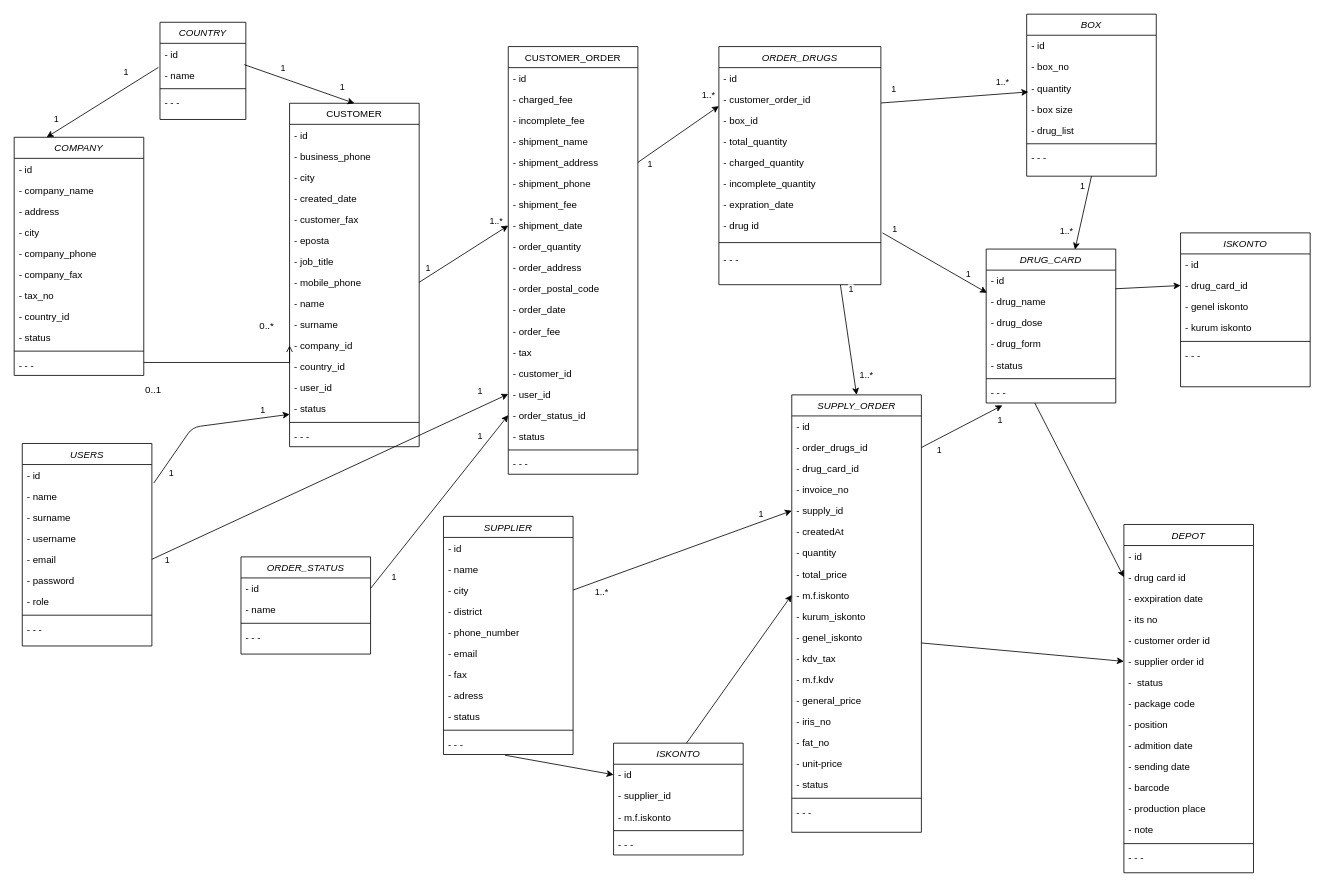
The draw.io diagram Untitled Diagram.drawio in viacelal/diagram, before the edit. Source tidied: cells renumbered, new cells numbered last; positions are measured from the earlier drawing's top-left corner, leaving out a move shared by most shapes. Both pictures are drawn from the tidied source at 81%, with x=0, y=0 at pixel (14, 14).
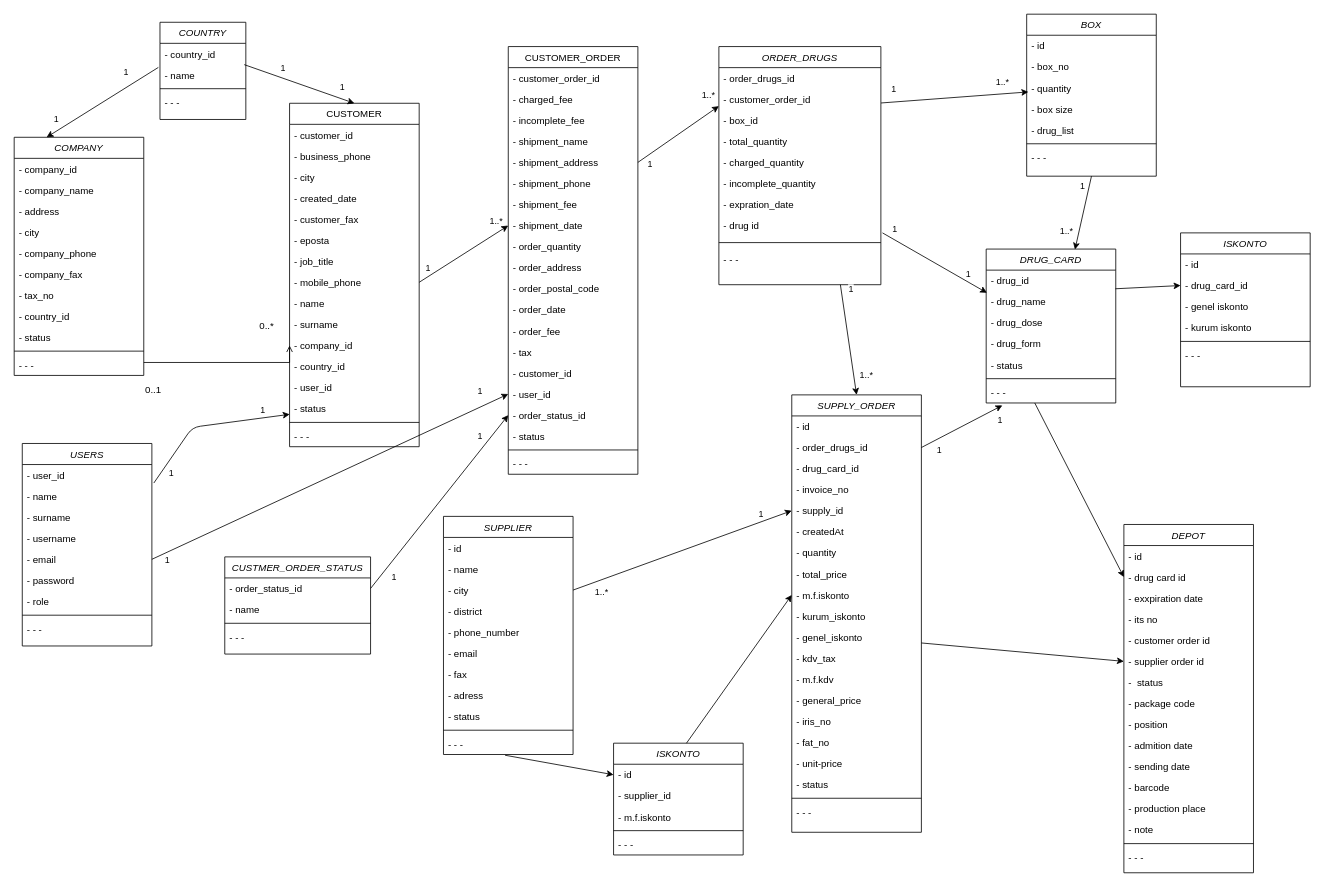
The same page after the edit.

The change refers to these unchanged cells:
```xml
<mxCell id="2" value="COMPANY&#10;" style="swimlane;fontStyle=2;align=center;verticalAlign=top;horizontal=1;startSize=26;rounded=0;shadow=0;strokeWidth=1;" parent="1" vertex="1">
  <mxGeometry y="152" width="160" height="294" as="geometry" />
</mxCell>
<mxCell id="14" value="CUSTOMER&#10;" style="swimlane;fontStyle=0;align=center;verticalAlign=top;horizontal=1;startSize=26;rounded=0;shadow=0;strokeWidth=1;" parent="1" vertex="1">
  <mxGeometry x="340" y="110" width="160" height="424" as="geometry" />
</mxCell>
<mxCell id="34" value="CUSTOMER_ORDER" style="swimlane;fontStyle=0;align=center;verticalAlign=top;horizontal=1;startSize=26;rounded=0;shadow=0;strokeWidth=1;" parent="1" vertex="1">
  <mxGeometry x="610" y="40" width="160" height="528" as="geometry" />
</mxCell>
<mxCell id="58" value="ORDER_DRUGS" style="swimlane;fontStyle=2;align=center;verticalAlign=top;horizontal=1;startSize=26;rounded=0;shadow=0;strokeWidth=1;" parent="1" vertex="1">
  <mxGeometry x="870" y="40" width="200" height="294" as="geometry" />
</mxCell>
<mxCell id="72" value="USERS" style="swimlane;fontStyle=2;align=center;verticalAlign=top;horizontal=1;startSize=26;rounded=0;shadow=0;strokeWidth=1;" parent="1" vertex="1">
  <mxGeometry x="10" y="530" width="160" height="250" as="geometry" />
</mxCell>
<mxCell id="146" value="DRUG_CARD" style="swimlane;fontStyle=2;align=center;verticalAlign=top;horizontal=1;startSize=26;rounded=0;shadow=0;strokeWidth=1;" parent="1" vertex="1">
  <mxGeometry x="1200" y="290" width="160" height="190" as="geometry" />
</mxCell>
<mxCell id="163" value="COUNTRY" style="swimlane;fontStyle=2;align=center;verticalAlign=top;horizontal=1;startSize=26;rounded=0;shadow=0;strokeWidth=1;" parent="1" vertex="1">
  <mxGeometry x="180" y="10" width="106" height="120" as="geometry" />
</mxCell>
```

Diff of the diagram source:
```diff
@@
-    <mxCell id="3" value="- id" style="text;align=left;verticalAlign=top;spacingLeft=4;spacingRight=4;overflow=hidden;" parent="2" vertex="1">
+    <mxCell id="3" value="- company_id" style="text;align=left;verticalAlign=top;spacingLeft=4;spacingRight=4;overflow=hidden;" parent="2" vertex="1">
       <mxGeometry y="26" width="160" height="26" as="geometry" />
     </mxCell>
@@
-    <mxCell id="15" value="- id" style="text;align=left;verticalAlign=top;spacingLeft=4;spacingRight=4;overflow=hidden;" parent="14" vertex="1">
+    <mxCell id="15" value="- customer_id" style="text;align=left;verticalAlign=top;spacingLeft=4;spacingRight=4;overflow=hidden;" parent="14" vertex="1">
       <mxGeometry y="26" width="160" height="26" as="geometry" />
     </mxCell>
@@
-    <mxCell id="35" value="- id" style="text;align=left;verticalAlign=top;spacingLeft=4;spacingRight=4;overflow=hidden;" parent="34" vertex="1">
+    <mxCell id="35" value="- customer_order_id" style="text;align=left;verticalAlign=top;spacingLeft=4;spacingRight=4;overflow=hidden;" parent="34" vertex="1">
       <mxGeometry y="26" width="160" height="26" as="geometry" />
     </mxCell>
@@
-    <mxCell id="59" value="- id" style="text;align=left;verticalAlign=top;spacingLeft=4;spacingRight=4;overflow=hidden;" parent="58" vertex="1">
+    <mxCell id="59" value="- order_drugs_id" style="text;align=left;verticalAlign=top;spacingLeft=4;spacingRight=4;overflow=hidden;" parent="58" vertex="1">
       <mxGeometry y="26" width="200" height="26" as="geometry" />
     </mxCell>
@@
-    <mxCell id="73" value="- id" style="text;align=left;verticalAlign=top;spacingLeft=4;spacingRight=4;overflow=hidden;" parent="72" vertex="1">
+    <mxCell id="73" value="- user_id" style="text;align=left;verticalAlign=top;spacingLeft=4;spacingRight=4;overflow=hidden;" parent="72" vertex="1">
       <mxGeometry y="26" width="160" height="26" as="geometry" />
     </mxCell>
@@
-    <mxCell id="138" value="ORDER_STATUS" style="swimlane;fontStyle=2;align=center;verticalAlign=top;horizontal=1;startSize=26;rounded=0;shadow=0;strokeWidth=1;" parent="1" vertex="1">
-      <mxGeometry x="280" y="670" width="160" height="120" as="geometry" />
+    <mxCell id="138" value="CUSTMER_ORDER_STATUS" style="swimlane;fontStyle=2;align=center;verticalAlign=top;horizontal=1;startSize=26;rounded=0;shadow=0;strokeWidth=1;" parent="1" vertex="1">
+      <mxGeometry x="260" y="670" width="180" height="120" as="geometry" />
     </mxCell>
-    <mxCell id="139" value="- id" style="text;align=left;verticalAlign=top;spacingLeft=4;spacingRight=4;overflow=hidden;points=[[0,0.5],[1,0.5]];portConstraint=eastwest;" parent="138" vertex="1">
-      <mxGeometry y="26" width="160" height="26" as="geometry" />
+    <mxCell id="139" value="- order_status_id" style="text;align=left;verticalAlign=top;spacingLeft=4;spacingRight=4;overflow=hidden;points=[[0,0.5],[1,0.5]];portConstraint=eastwest;" parent="138" vertex="1">
+      <mxGeometry y="26" width="180" height="26" as="geometry" />
     </mxCell>
     <mxCell id="140" value="- name" style="text;align=left;verticalAlign=top;spacingLeft=4;spacingRight=4;overflow=hidden;" parent="138" vertex="1">
-      <mxGeometry y="52" width="160" height="26" as="geometry" />
+      <mxGeometry y="52" width="180" height="26" as="geometry" />
     </mxCell>
     <mxCell id="141" style="line;html=1;strokeWidth=1;align=left;verticalAlign=middle;spacingTop=-1;spacingLeft=3;spacingRight=3;labelPosition=right;" parent="138" vertex="1">
-      <mxGeometry y="78" width="160" height="8" as="geometry" />
+      <mxGeometry y="78" width="180" height="8" as="geometry" />
     </mxCell>
     <mxCell id="142" value="- - -" style="text;align=left;verticalAlign=top;spacingLeft=4;spacingRight=4;overflow=hidden;" parent="138" vertex="1">
-      <mxGeometry y="86" width="160" height="26" as="geometry" />
+      <mxGeometry y="86" width="180" height="26" as="geometry" />
     </mxCell>
@@
-    <mxCell id="147" value="- id" style="text;align=left;verticalAlign=top;spacingLeft=4;spacingRight=4;overflow=hidden;points=[[0,0.5],[1,0.5]];portConstraint=eastwest;" parent="146" vertex="1">
+    <mxCell id="147" value="- drug_id" style="text;align=left;verticalAlign=top;spacingLeft=4;spacingRight=4;overflow=hidden;points=[[0,0.5],[1,0.5]];portConstraint=eastwest;" parent="146" vertex="1">
       <mxGeometry y="26" width="160" height="26" as="geometry" />
     </mxCell>
@@
-    <mxCell id="164" value="- id" style="text;align=left;verticalAlign=top;spacingLeft=4;spacingRight=4;overflow=hidden;points=[[0,0.5],[1,0.5]];portConstraint=eastwest;" parent="163" vertex="1">
+    <mxCell id="164" value="- country_id" style="text;align=left;verticalAlign=top;spacingLeft=4;spacingRight=4;overflow=hidden;points=[[0,0.5],[1,0.5]];portConstraint=eastwest;" parent="163" vertex="1">
       <mxGeometry y="26" width="106" height="26" as="geometry" />
     </mxCell>
```
